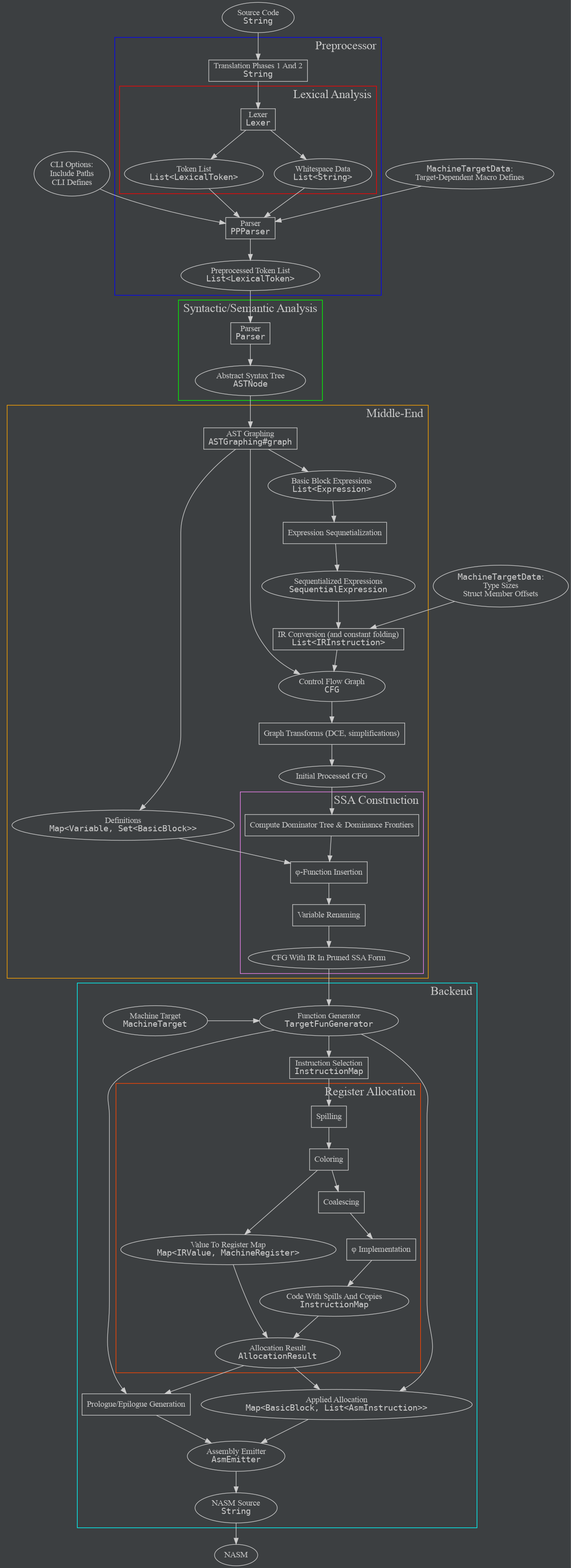
slak44/ckompiler keeps this Graphviz diagram as readme-resources/compiler-pipeline.png. Above is the earlier version. Its source is kept beside it as readme-resources/compiler-pipeline.dot.
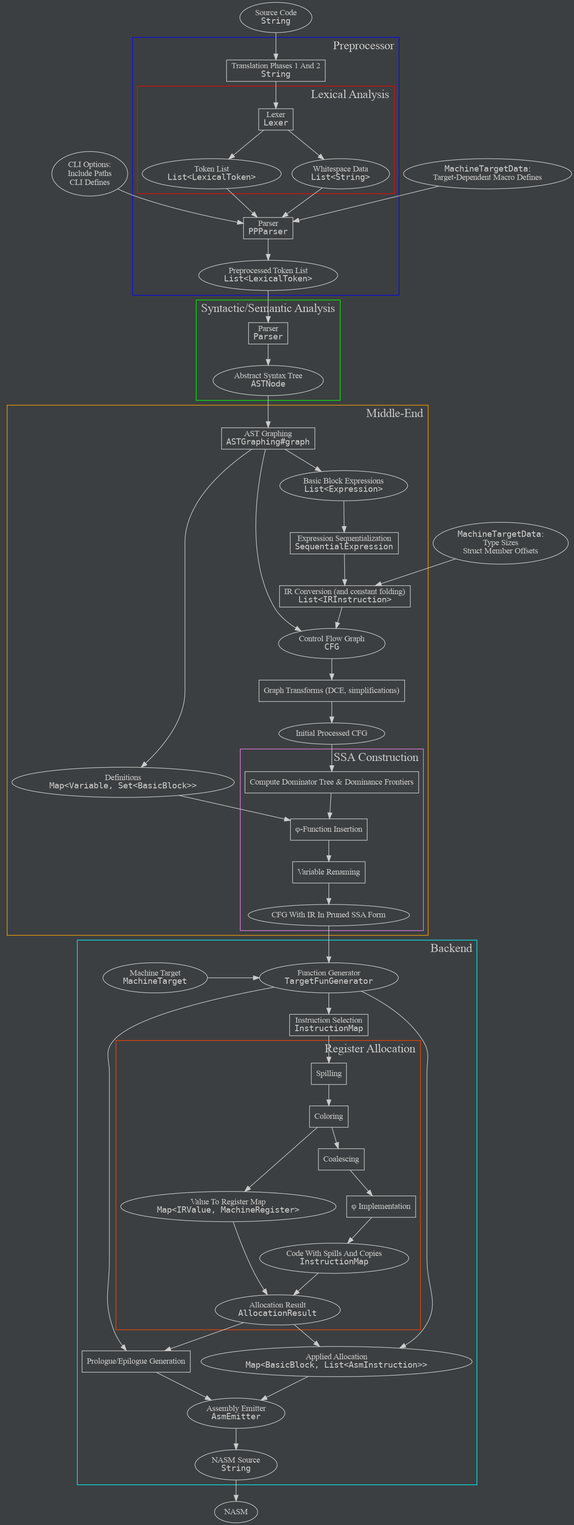
After the commit.

Commit message:
Update README graph, simplify node

Change to the diagram source:
```diff
@@ -19,8 +19,7 @@
   definitions[label=<Definitions<br/><font point-size="14" face="monospace">Map&lt;Variable, Set&lt;BasicBlock&gt;&gt;</font>>];
   cfg[label=<Control Flow Graph<br/><font point-size="14" face="monospace">CFG</font>>];
   basicBlockContent[label=<Basic Block Expressions<br/><font point-size="14" face="monospace">List&lt;Expression&gt;</font>>];
-  seq[label="Expression Sequnetialization",shape=box];
-  seqExprs[label=<Sequentialized Expressions<br/><font point-size="14" face="monospace">SequentialExpression</font>>];
+  seqExprs[label=<Expression Sequentialization<br/><font point-size="14" face="monospace">SequentialExpression</font>>,shape=box];
   irBuilder[label=<IR Conversion (and constant folding)<br/><font point-size="14" face="monospace">List&lt;IRInstruction&gt;</font>>,shape=box];
   bbTransforms[label="Graph Transforms (DCE, simplifications)",shape=box];
   cfgNodes[label="Initial Processed CFG"];
@@ -56,7 +55,7 @@
 
   graphing -> {cfg, definitions, basicBlockContent};
 
-  basicBlockContent -> seq -> seqExprs -> irBuilder;
+  basicBlockContent -> seqExprs -> irBuilder;
 
   targetData2 -> irBuilder;
 
@@ -99,8 +98,7 @@
     color="green";
   }
   subgraph cluster_analysis {
-    graphing; cfg; bbTransforms; definitions; cfgNodes; seq; basicBlockContent; seqExprs;
-    irBuilder;
+    graphing; cfg; bbTransforms; definitions; cfgNodes; basicBlockContent; seqExprs; irBuilder;
     subgraph cluster_ssa {
       domFrontier; phiInsertion; variableRename; ssaFormCFG;
       label=<<font color="#CCCCCCFF" point-size="20">SSA Construction</font>>;
```
